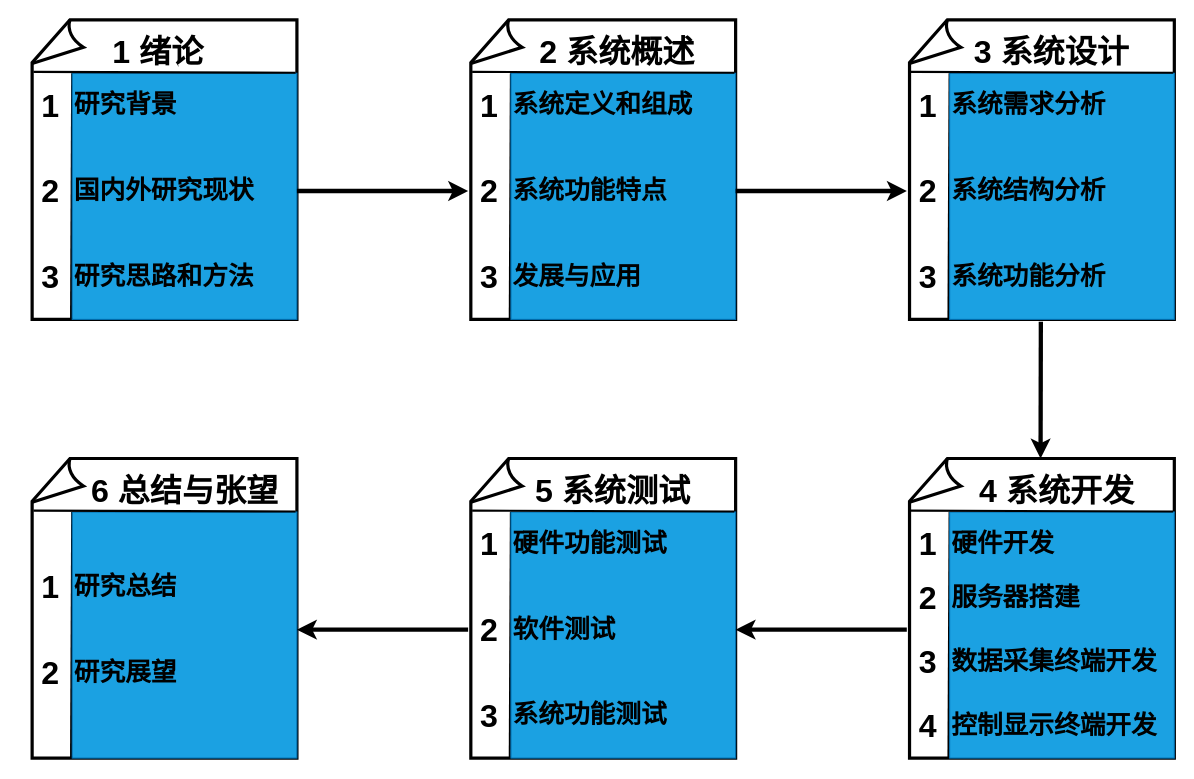
heart321/STM32Smart_home_health keeps this draw.io diagram as 论文/图片/论文组织结构图.drawio. Above is the earlier version. Source tidied: cells renumbered, new cells numbered last; positions are measured from the earlier drawing's top-left corner, leaving out a move shared by most shapes. Both pictures are drawn from the tidied source at 107%, with x=0, y=0 at pixel (18, 19).
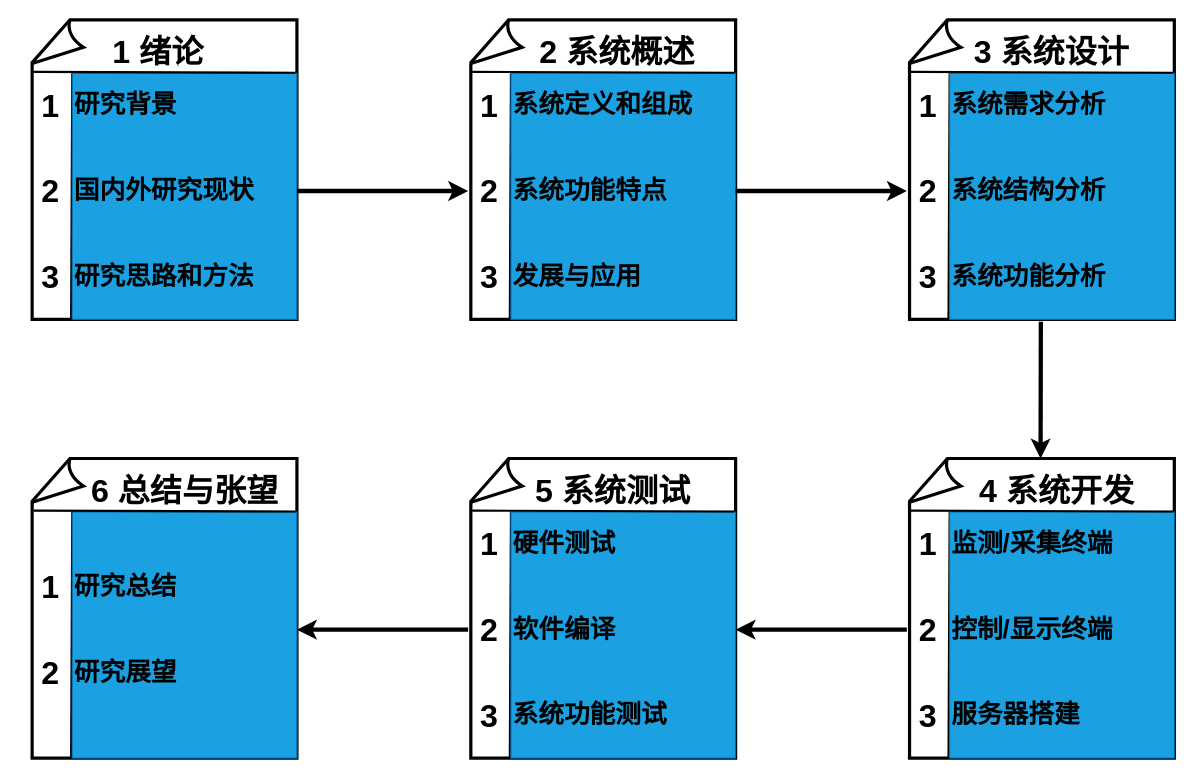
Above is the later version.

The edit, as a diff of the source:
```diff
@@
     <mxCell id="39" value="&lt;font style=&quot;font-size: 30px;&quot;&gt;2&lt;/font&gt;" style="text;html=1;align=center;verticalAlign=middle;whiteSpace=wrap;rounded=0;fontStyle=1;" parent="1" vertex="1">
-      <mxGeometry x="820" y="520" width="60" height="40" as="geometry" />
+      <mxGeometry x="820" y="550" width="60" height="40" as="geometry" />
     </mxCell>
     <mxCell id="40" value="&lt;font style=&quot;font-size: 30px;&quot;&gt;3&lt;/font&gt;" style="text;html=1;align=center;verticalAlign=middle;whiteSpace=wrap;rounded=0;fontStyle=1;" parent="1" vertex="1">
-      <mxGeometry x="820" y="580" width="60" height="40" as="geometry" />
+      <mxGeometry x="820" y="630" width="60" height="40" as="geometry" />
     </mxCell>
@@
-    <mxCell id="42" value="&lt;font style=&quot;font-size: 24px;&quot;&gt;&lt;b&gt;硬件开发&lt;/b&gt;&lt;/font&gt;" style="text;html=1;align=left;verticalAlign=middle;whiteSpace=wrap;rounded=0;" parent="1" vertex="1">
+    <mxCell id="42" value="&lt;font style=&quot;font-size: 24px;&quot;&gt;&lt;b&gt;监测/采集终端&lt;/b&gt;&lt;/font&gt;" style="text;html=1;align=left;verticalAlign=middle;whiteSpace=wrap;rounded=0;" parent="1" vertex="1">
       <mxGeometry x="870" y="470" width="190" height="40" as="geometry" />
     </mxCell>
-    <mxCell id="43" value="&lt;font style=&quot;font-size: 24px;&quot;&gt;&lt;b&gt;数据采集终端开发&lt;/b&gt;&lt;/font&gt;" style="text;html=1;align=left;verticalAlign=middle;whiteSpace=wrap;rounded=0;" parent="1" vertex="1">
-      <mxGeometry x="870" y="580" width="200" height="40" as="geometry" />
+    <mxCell id="43" value="&lt;font style=&quot;font-size: 24px;&quot;&gt;&lt;b&gt;服务器搭建&lt;/b&gt;&lt;/font&gt;" style="text;html=1;align=left;verticalAlign=middle;whiteSpace=wrap;rounded=0;" parent="1" vertex="1">
+      <mxGeometry x="870" y="630" width="200" height="40" as="geometry" />
     </mxCell>
-    <mxCell id="44" value="&lt;font style=&quot;font-size: 24px;&quot;&gt;&lt;b&gt;控制显示终端开发&lt;/b&gt;&lt;/font&gt;" style="text;html=1;align=left;verticalAlign=middle;whiteSpace=wrap;rounded=0;" parent="1" vertex="1">
-      <mxGeometry x="870" y="640" width="200" height="40" as="geometry" />
-    </mxCell>
@@
-    <mxCell id="46" value="&lt;font style=&quot;font-size: 30px;&quot;&gt;4&lt;/font&gt;" style="text;html=1;align=center;verticalAlign=middle;whiteSpace=wrap;rounded=0;fontStyle=1;" parent="1" vertex="1">
-      <mxGeometry x="820" y="640" width="60" height="40" as="geometry" />
-    </mxCell>
-    <mxCell id="47" value="&lt;font style=&quot;font-size: 24px;&quot;&gt;&lt;b&gt;服务器搭建&lt;/b&gt;&lt;/font&gt;" style="text;html=1;align=left;verticalAlign=middle;whiteSpace=wrap;rounded=0;" parent="1" vertex="1">
-      <mxGeometry x="870" y="520" width="200" height="40" as="geometry" />
+    <mxCell id="47" value="&lt;font style=&quot;font-size: 24px;&quot;&gt;&lt;b&gt;控制/显示终端&lt;/b&gt;&lt;/font&gt;" style="text;html=1;align=left;verticalAlign=middle;whiteSpace=wrap;rounded=0;" parent="1" vertex="1">
+      <mxGeometry x="870" y="550" width="200" height="40" as="geometry" />
     </mxCell>
@@
-    <mxCell id="55" value="&lt;font style=&quot;font-size: 24px;&quot;&gt;&lt;b&gt;硬件功能测试&lt;/b&gt;&lt;/font&gt;" style="text;html=1;align=left;verticalAlign=middle;whiteSpace=wrap;rounded=0;" parent="1" vertex="1">
+    <mxCell id="55" value="&lt;font style=&quot;font-size: 24px;&quot;&gt;&lt;b&gt;硬件测试&lt;/b&gt;&lt;/font&gt;" style="text;html=1;align=left;verticalAlign=middle;whiteSpace=wrap;rounded=0;" parent="1" vertex="1">
       <mxGeometry x="460" y="470" width="190" height="40" as="geometry" />
     </mxCell>
-    <mxCell id="56" value="&lt;font style=&quot;font-size: 24px;&quot;&gt;&lt;b&gt;软件测试&lt;/b&gt;&lt;/font&gt;" style="text;html=1;align=left;verticalAlign=middle;whiteSpace=wrap;rounded=0;" parent="1" vertex="1">
+    <mxCell id="56" value="&lt;font style=&quot;font-size: 24px;&quot;&gt;&lt;b&gt;软件编译&lt;/b&gt;&lt;/font&gt;" style="text;html=1;align=left;verticalAlign=middle;whiteSpace=wrap;rounded=0;" parent="1" vertex="1">
       <mxGeometry x="460" y="550" width="190" height="40" as="geometry" />
     </mxCell>
```
